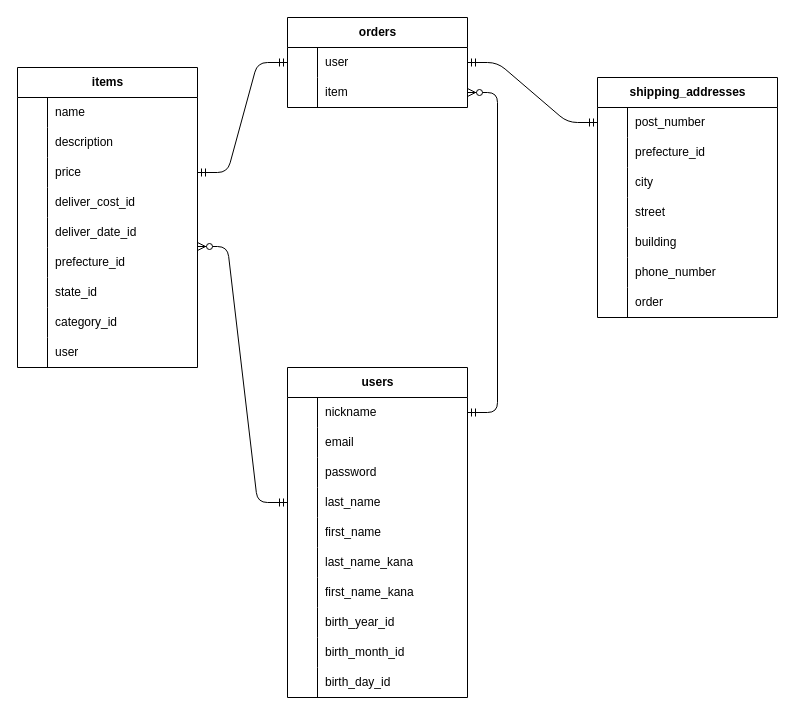
Before: ER.drawio in test-master3/furima-42385, a draw.io diagram. Source tidied: cells renumbered, new cells numbered last; positions are measured from the earlier drawing's top-left corner, leaving out a move shared by most shapes. Both pictures are drawn from the tidied source at 100%, with x=0, y=0 at pixel (17, 17).
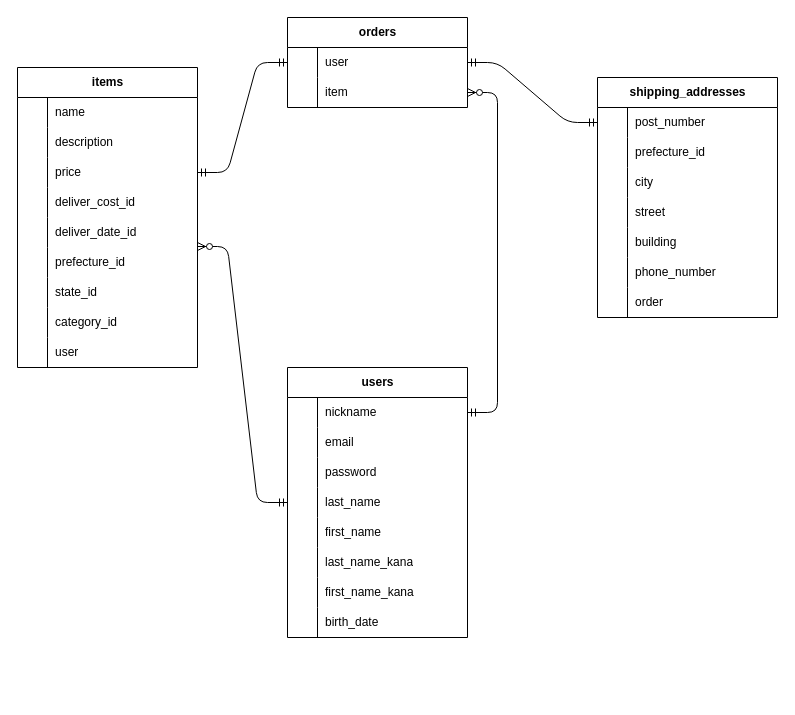
The same diagram, later.

Unchanged cells that the change refers to:
```xml
<mxCell id="24" style="shape=tableRow;horizontal=0;startSize=0;swimlaneHead=0;swimlaneBody=0;fillColor=none;top=0;left=0;right=0;bottom=0;" parent="2" vertex="1">
  <mxGeometry y="240" width="180" height="30" as="geometry" />
</mxCell>
```

What changed in the source:
```diff
@@
     <mxCell id="2" value="users" style="shape=table;startSize=30;childLayout=tableLayout;rowLines=0;fontStyle=1;align=center;html=1;" parent="1" vertex="1">
-      <mxGeometry x="270" y="350" width="180" height="330" as="geometry" />
+      <mxGeometry x="270" y="350" width="180" height="270" as="geometry" />
     </mxCell>
@@
-    <mxCell id="26" value="birth_year_id" style="shape=partialRectangle;fillColor=none;top=0;left=0;bottom=0;right=0;align=left;spacingLeft=6;overflow=hidden;whiteSpace=wrap;html=1;" parent="24" vertex="1">
+    <mxCell id="26" value="birth_date" style="shape=partialRectangle;fillColor=none;top=0;left=0;bottom=0;right=0;align=left;spacingLeft=6;overflow=hidden;whiteSpace=wrap;html=1;" parent="24" vertex="1">
       <mxGeometry x="30" width="150" height="30" as="geometry" />
     </mxCell>
-    <mxCell id="27" style="shape=tableRow;horizontal=0;startSize=0;swimlaneHead=0;swimlaneBody=0;fillColor=none;top=0;left=0;right=0;bottom=0;" parent="2" vertex="1">
-      <mxGeometry y="270" width="180" height="30" as="geometry" />
-    </mxCell>
-    <mxCell id="28" style="shape=partialRectangle;fillColor=none;top=0;left=0;bottom=0;right=0;overflow=hidden;whiteSpace=wrap;html=1;" parent="27" vertex="1">
-      <mxGeometry width="30" height="30" as="geometry" />
-    </mxCell>
-    <mxCell id="29" value="&lt;span style=&quot;color: rgb(0, 0, 0);&quot;&gt;birth_month_id&lt;/span&gt;" style="shape=partialRectangle;fillColor=none;top=0;left=0;bottom=0;right=0;align=left;spacingLeft=6;overflow=hidden;whiteSpace=wrap;html=1;" parent="27" vertex="1">
-      <mxGeometry x="30" width="150" height="30" as="geometry" />
-    </mxCell>
-    <mxCell id="30" style="shape=tableRow;horizontal=0;startSize=0;swimlaneHead=0;swimlaneBody=0;fillColor=none;top=0;left=0;right=0;bottom=0;" parent="2" vertex="1">
-      <mxGeometry y="300" width="180" height="30" as="geometry" />
-    </mxCell>
-    <mxCell id="31" style="shape=partialRectangle;fillColor=none;top=0;left=0;bottom=0;right=0;overflow=hidden;whiteSpace=wrap;html=1;" parent="30" vertex="1">
-      <mxGeometry width="30" height="30" as="geometry" />
-    </mxCell>
-    <mxCell id="32" value="&lt;span style=&quot;color: rgb(0, 0, 0);&quot;&gt;birth_day_id&lt;/span&gt;" style="shape=partialRectangle;fillColor=none;top=0;left=0;bottom=0;right=0;align=left;spacingLeft=6;overflow=hidden;whiteSpace=wrap;html=1;" parent="30" vertex="1">
-      <mxGeometry x="30" width="150" height="30" as="geometry" />
-    </mxCell>
```
